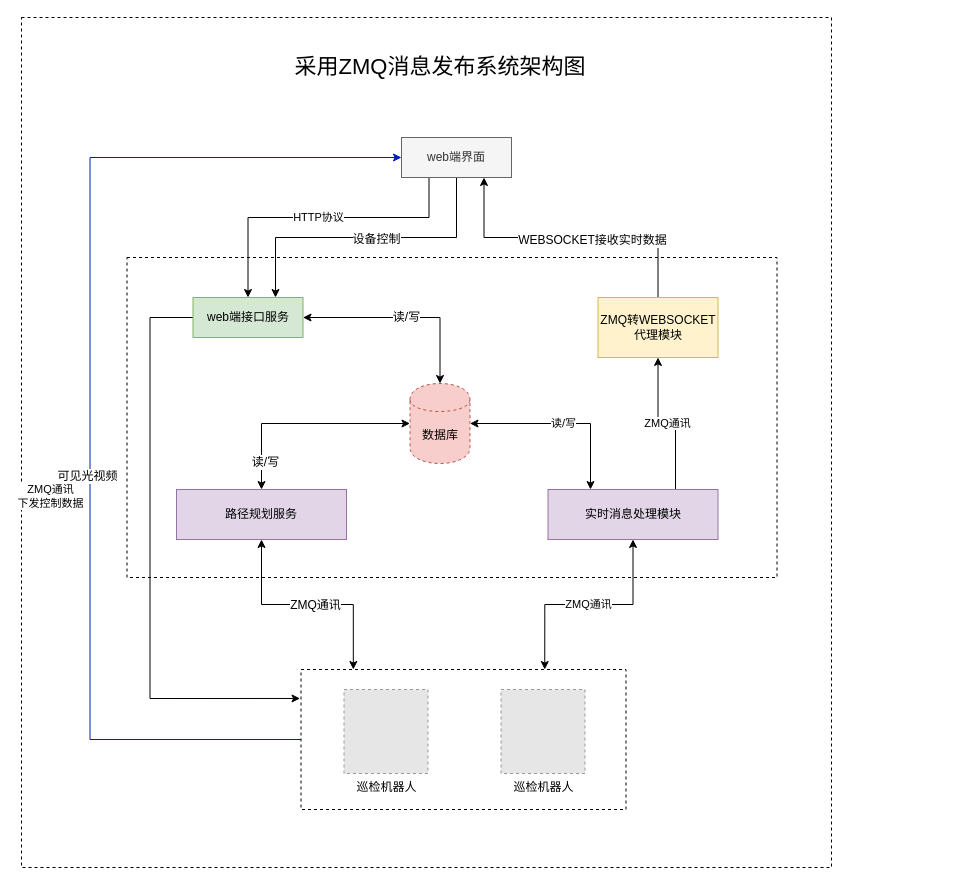
The draw.io diagram Untitled Diagram.drawio in wangyufei0807/draw, before the edit. Source tidied: cells renumbered, new cells numbered last; positions are measured from the earlier drawing's top-left corner, leaving out a move shared by most shapes. Both pictures are drawn from the tidied source at 100%, with x=0, y=0 at pixel (21, 17). Pictures stored in the file or linked from it are replaced by grey dashed boxes.
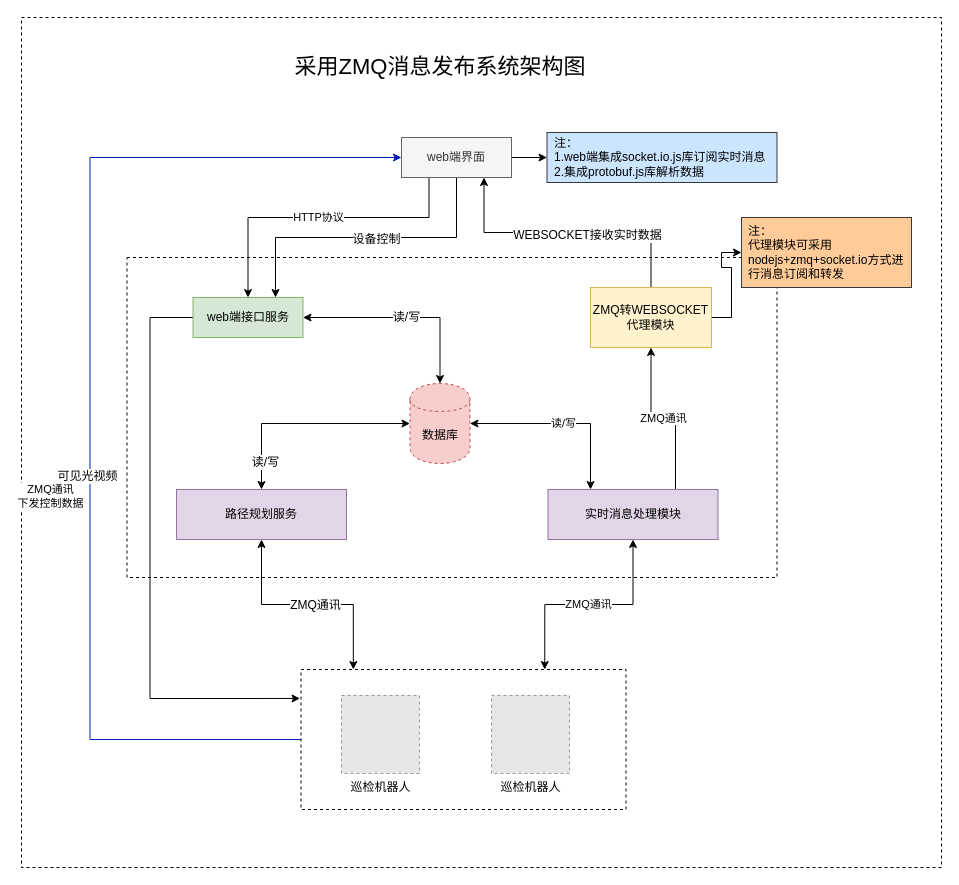
After the change.

Unchanged cells that the change refers to:
```xml
<mxCell id="29" value="web端界面" style="whiteSpace=wrap;html=1;fillColor=#f5f5f5;strokeColor=#666666;fontColor=#333333;" parent="1" vertex="1">
  <mxGeometry x="380" y="120" width="110" height="40" as="geometry" />
</mxCell>
```

Diff of the diagram source:
```diff
@@
     <mxCell id="2" style="rounded=0;whiteSpace=wrap;html=1;dashed=1;" parent="1" vertex="1">
-      <mxGeometry width="810" height="850" as="geometry" />
+      <mxGeometry width="920" height="850" as="geometry" />
     </mxCell>
@@
+    <mxCell id="31" style="edgeStyle=orthogonalEdgeStyle;rounded=0;jettySize=auto;html=1;exitX=1;exitY=0.5;exitDx=0;exitDy=0;" parent="1" edge="1" source="11" target="36">
+      <mxGeometry relative="1" as="geometry" />
+    </mxCell>
-    <mxCell id="11" value="ZMQ转WEBSOCKET代理模块" style="whiteSpace=wrap;html=1;fillColor=#fff2cc;strokeColor=#d6b656;" parent="1" vertex="1">
-      <mxGeometry x="576.5" y="280" width="120" height="60" as="geometry" />
+    <mxCell id="11" value="ZMQ转WEBSOCKET代理模块" style="whiteSpace=wrap;html=1;fillColor=#fff2cc;strokeColor=#d6b656;align=center;" parent="1" vertex="1">
+      <mxGeometry x="569" y="270" width="121" height="60" as="geometry" />
     </mxCell>
@@
-    <mxCell id="21" value="巡检机器人" style="fillColor=#E6E6E6;strokeColor=#999999;dashed=1;html=1;verticalAlign=top;verticalLabelPosition=bottom;labelBackgroundColor=#ffffff;" parent="1" vertex="1">
-      <mxGeometry x="322.5" y="672" width="84" height="84" as="geometry" />
-    </mxCell>
-    <mxCell id="22" value="巡检机器人" style="fillColor=#E6E6E6;strokeColor=#999999;dashed=1;html=1;verticalAlign=top;verticalLabelPosition=bottom;labelBackgroundColor=#ffffff;" parent="1" vertex="1">
-      <mxGeometry x="479.5" y="672" width="84" height="84" as="geometry" />
-    </mxCell>
@@
+    <mxCell id="32" style="edgeStyle=orthogonalEdgeStyle;rounded=0;jettySize=auto;html=1;exitX=1;exitY=0.5;exitDx=0;exitDy=0;" parent="1" edge="1" source="29" target="35">
+      <mxGeometry relative="1" as="geometry" />
+    </mxCell>
@@
+    <mxCell id="33" value="巡检机器人" style="fillColor=#E6E6E6;strokeColor=#999999;dashed=1;html=1;verticalAlign=top;verticalLabelPosition=bottom;labelBackgroundColor=#ffffff;" parent="1" vertex="1">
+      <mxGeometry x="320" y="678" width="78" height="78" as="geometry" />
+    </mxCell>
+    <mxCell id="34" value="巡检机器人" style="fillColor=#E6E6E6;strokeColor=#999999;dashed=1;html=1;verticalAlign=top;verticalLabelPosition=bottom;labelBackgroundColor=#ffffff;" parent="1" vertex="1">
+      <mxGeometry x="470" y="678" width="78" height="78" as="geometry" />
+    </mxCell>
+    <mxCell id="35" value="注：&lt;br&gt;1.web端集成socket.io.js库订阅实时消息&lt;br&gt;2.集成protobuf.js库解析数据" style="text;html=1;align=left;verticalAlign=middle;points=[];fillColor=#cce5ff;strokeColor=#36393d;rounded=0;spacingLeft=5;spacingRight=5;" parent="1" vertex="1">
+      <mxGeometry x="525.5" y="115" width="230" height="50" as="geometry" />
+    </mxCell>
+    <mxCell id="36" value="注：&lt;br class=&quot;Apple-interchange-newline&quot;&gt;代理模块可采用nodejs+zmq+socket.io方式进行消息订阅和转发" style="text;html=1;strokeColor=#36393d;fillColor=#ffcc99;align=left;verticalAlign=middle;whiteSpace=wrap;rounded=0;spacingLeft=5;spacingRight=5;" parent="1" vertex="1">
+      <mxGeometry x="720" y="200" width="170" height="70" as="geometry" />
+    </mxCell>
```
